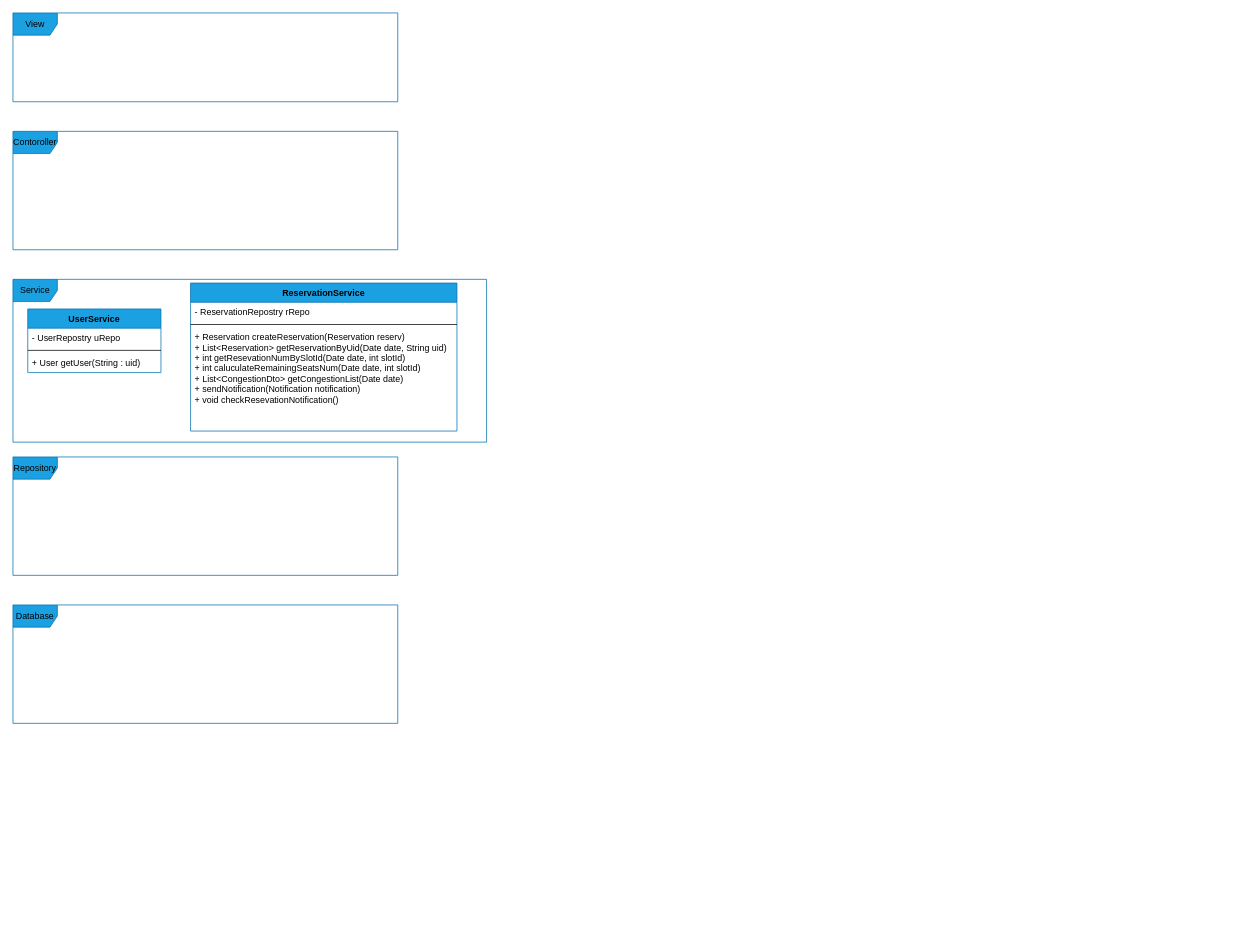
Above: CaptainLunch/design/drawio/class_ing.drawio in 10matcho27/Avengers (draw.io), before the change. Source tidied: cells renumbered, new cells numbered last; positions are measured from the earlier drawing's top-left corner, leaving out a move shared by most shapes. Both pictures are drawn from the tidied source at 74%, with x=0, y=0 at pixel (13, 13).
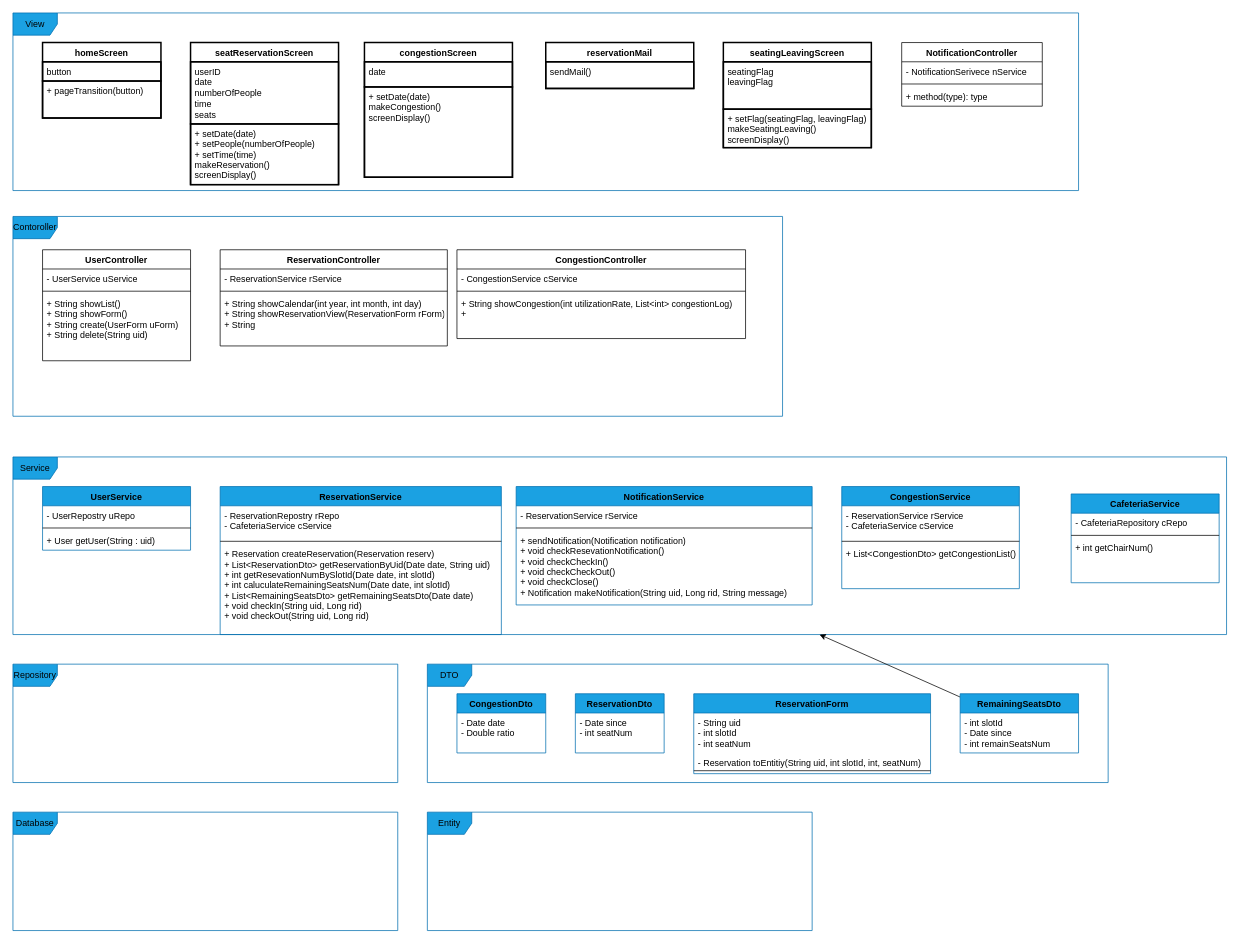
The same page after the edit.

Commit message:
サービス層が完成

What changed in the source:
```diff
@@
     <mxCell id="2" value="View" style="shape=umlFrame;whiteSpace=wrap;html=1;fontColor=#000000;strokeColor=#006EAF;fillColor=#1ba1e2;" parent="1" vertex="1">
-      <mxGeometry width="520" height="120" as="geometry" />
+      <mxGeometry width="1440" height="240" as="geometry" />
     </mxCell>
-    <mxCell id="3" value="Contoroller" style="shape=umlFrame;whiteSpace=wrap;html=1;fontColor=#000000;strokeColor=#006EAF;fillColor=#1ba1e2;" parent="1" vertex="1">
-      <mxGeometry y="160" width="520" height="160" as="geometry" />
-    </mxCell>
     <mxCell id="4" value="Service" style="shape=umlFrame;whiteSpace=wrap;html=1;fontColor=#000000;strokeColor=#006EAF;fillColor=#1ba1e2;" parent="1" vertex="1">
-      <mxGeometry y="360" width="640" height="220" as="geometry" />
+      <mxGeometry y="600" width="1640" height="240" as="geometry" />
     </mxCell>
     <mxCell id="5" value="Repository" style="shape=umlFrame;whiteSpace=wrap;html=1;fontColor=#000000;strokeColor=#006EAF;fillColor=#1ba1e2;" parent="1" vertex="1">
-      <mxGeometry y="600" width="520" height="160" as="geometry" />
+      <mxGeometry y="880" width="520" height="160" as="geometry" />
     </mxCell>
     <mxCell id="6" value="Database" style="shape=umlFrame;whiteSpace=wrap;html=1;fontColor=#000000;strokeColor=#006EAF;fillColor=#1ba1e2;" parent="1" vertex="1">
-      <mxGeometry y="800" width="520" height="160" as="geometry" />
+      <mxGeometry y="1080" width="520" height="160" as="geometry" />
     </mxCell>
+    <mxCell id="11" value="ReservationService" style="swimlane;fontStyle=1;align=center;verticalAlign=top;horizontal=1;startSize=26;fontColor=#000000;fillColor=#1ba1e2;strokeColor=#006EAF;" parent="1" vertex="1">
+      <mxGeometry x="280" y="640" width="380" height="200" as="geometry" />
+    </mxCell>
+    <mxCell id="12" value="- ReservationRepostry rRepo&#10;- CafeteriaService cService" style="text;strokeColor=none;fillColor=none;align=left;verticalAlign=top;spacingLeft=4;spacingRight=4;overflow=hidden;fontColor=#000000;" parent="11" vertex="1">
+      <mxGeometry y="26" width="380" height="44" as="geometry" />
+    </mxCell>
+    <mxCell id="13" style="line;strokeWidth=1;fillColor=none;align=left;verticalAlign=middle;spacingTop=-1;spacingLeft=3;spacingRight=3;labelPosition=right;" parent="11" vertex="1">
+      <mxGeometry y="70" width="380" height="8" as="geometry" />
+    </mxCell>
+    <mxCell id="14" value="+ Reservation createReservation(Reservation reserv)&#10;+ List&lt;ReservationDto&gt; getReservationByUid(Date date, String uid)&#10;+ int getResevationNumBySlotId(Date date, int slotId)&#10;+ int caluculateRemainingSeatsNum(Date date, int slotId)&#10;+ List&lt;RemainingSeatsDto&gt; getRemainingSeatsDto(Date date)&#10;+ void checkIn(String uid, Long rid)&#10;+ void checkOut(String uid, Long rid)" style="text;strokeColor=none;fillColor=none;align=left;verticalAlign=top;spacingLeft=4;spacingRight=4;overflow=hidden;fontColor=#000000;" parent="11" vertex="1">
+      <mxGeometry y="78" width="380" height="122" as="geometry" />
+    </mxCell>
+    <mxCell id="15" value="UserController" style="swimlane;fontStyle=1;align=center;verticalAlign=top;horizontal=1;startSize=26;" parent="1" vertex="1">
+      <mxGeometry x="40" y="320" width="200" height="150" as="geometry" />
+    </mxCell>
+    <mxCell id="16" value="- UserService uService" style="text;strokeColor=none;fillColor=none;align=left;verticalAlign=top;spacingLeft=4;spacingRight=4;overflow=hidden;fontColor=#000000;" parent="15" vertex="1">
+      <mxGeometry y="26" width="200" height="26" as="geometry" />
+    </mxCell>
+    <mxCell id="17" style="line;strokeWidth=1;fillColor=none;align=left;verticalAlign=middle;spacingTop=-1;spacingLeft=3;spacingRight=3;labelPosition=right;" parent="15" vertex="1">
+      <mxGeometry y="52" width="200" height="8" as="geometry" />
+    </mxCell>
+    <mxCell id="18" value="+ String showList()&#10;+ String showForm()&#10;+ String create(UserForm uForm)&#10;+ String delete(String uid)" style="text;strokeColor=none;fillColor=none;align=left;verticalAlign=top;spacingLeft=4;spacingRight=4;overflow=hidden;fontColor=#000000;" parent="15" vertex="1">
+      <mxGeometry y="60" width="200" height="90" as="geometry" />
+    </mxCell>
+    <mxCell id="19" value="ReservationController" style="swimlane;fontStyle=1;align=center;verticalAlign=top;horizontal=1;startSize=26;" parent="1" vertex="1">
+      <mxGeometry x="280" y="320" width="307" height="130" as="geometry" />
+    </mxCell>
+    <mxCell id="20" value="- ReservationService rService" style="text;strokeColor=none;fillColor=none;align=left;verticalAlign=top;spacingLeft=4;spacingRight=4;overflow=hidden;fontColor=#000000;" parent="19" vertex="1">
+      <mxGeometry y="26" width="307" height="26" as="geometry" />
+    </mxCell>
+    <mxCell id="21" style="line;strokeWidth=1;fillColor=none;align=left;verticalAlign=middle;spacingTop=-1;spacingLeft=3;spacingRight=3;labelPosition=right;" parent="19" vertex="1">
+      <mxGeometry y="52" width="307" height="8" as="geometry" />
+    </mxCell>
+    <mxCell id="22" value="+ String showCalendar(int year, int month, int day)&#10;+ String showReservationView(ReservationForm rForm)&#10;+ String   " style="text;strokeColor=none;fillColor=none;align=left;verticalAlign=top;spacingLeft=4;spacingRight=4;overflow=hidden;fontColor=#000000;" parent="19" vertex="1">
+      <mxGeometry y="60" width="307" height="70" as="geometry" />
+    </mxCell>
+    <mxCell id="23" value="CongestionController" style="swimlane;fontStyle=1;align=center;verticalAlign=top;horizontal=1;startSize=26;" parent="1" vertex="1">
+      <mxGeometry x="600" y="320" width="390" height="120" as="geometry" />
+    </mxCell>
+    <mxCell id="24" value="- CongestionService cService" style="text;strokeColor=none;fillColor=none;align=left;verticalAlign=top;spacingLeft=4;spacingRight=4;overflow=hidden;fontColor=#000000;" parent="23" vertex="1">
+      <mxGeometry y="26" width="390" height="26" as="geometry" />
+    </mxCell>
+    <mxCell id="25" style="line;strokeWidth=1;fillColor=none;align=left;verticalAlign=middle;spacingTop=-1;spacingLeft=3;spacingRight=3;labelPosition=right;" parent="23" vertex="1">
+      <mxGeometry y="52" width="390" height="8" as="geometry" />
+    </mxCell>
+    <mxCell id="26" value="+ String showCongestion(int utilizationRate, List&lt;int&gt; congestionLog)&#10;+ " style="text;strokeColor=none;fillColor=none;align=left;verticalAlign=top;spacingLeft=4;spacingRight=4;overflow=hidden;fontColor=#000000;" parent="23" vertex="1">
+      <mxGeometry y="60" width="390" height="60" as="geometry" />
+    </mxCell>
+    <mxCell id="27" value="NotificationController" style="swimlane;fontStyle=1;align=center;verticalAlign=top;horizontal=1;startSize=26;fontColor=#000000;fillColor=#FFFFFF;strokeColor=#000000;" parent="1" vertex="1">
+      <mxGeometry x="1201" y="40" width="190" height="86" as="geometry" />
+    </mxCell>
+    <mxCell id="28" value="- NotificationSerivece nService" style="text;strokeColor=none;fillColor=none;align=left;verticalAlign=top;spacingLeft=4;spacingRight=4;overflow=hidden;fontColor=#000000;" parent="27" vertex="1">
+      <mxGeometry y="26" width="190" height="26" as="geometry" />
+    </mxCell>
+    <mxCell id="29" style="line;strokeWidth=1;fillColor=none;align=left;verticalAlign=middle;spacingTop=-1;spacingLeft=3;spacingRight=3;labelPosition=right;strokeColor=#000000;" parent="27" vertex="1">
+      <mxGeometry y="52" width="190" height="8" as="geometry" />
+    </mxCell>
+    <mxCell id="30" value="+ method(type): type" style="text;strokeColor=none;fillColor=none;align=left;verticalAlign=top;spacingLeft=4;spacingRight=4;overflow=hidden;fontColor=#000000;" parent="27" vertex="1">
+      <mxGeometry y="60" width="190" height="26" as="geometry" />
+    </mxCell>
+    <mxCell id="31" value="homeScreen" style="swimlane;fontStyle=1;align=center;verticalAlign=top;horizontal=1;startSize=26;fontColor=#000000;strokeColor=#000000;fillColor=#FFFFFF;strokeWidth=2;" parent="1" vertex="1">
+      <mxGeometry x="40" y="40" width="160" height="102" as="geometry" />
+    </mxCell>
+    <mxCell id="32" value="button" style="text;strokeColor=#000000;fillColor=none;align=left;verticalAlign=top;spacingLeft=4;spacingRight=4;overflow=hidden;html=1;fontColor=#000000;strokeWidth=2;" parent="31" vertex="1">
+      <mxGeometry y="26" width="160" height="26" as="geometry" />
+    </mxCell>
+    <mxCell id="33" value="+ pageTransition(button)" style="text;strokeColor=#000000;fillColor=none;align=left;verticalAlign=top;spacingLeft=4;spacingRight=4;overflow=hidden;fontColor=#000000;strokeWidth=2;" parent="31" vertex="1">
+      <mxGeometry y="52" width="160" height="50" as="geometry" />
+    </mxCell>
+    <mxCell id="34" value="seatReservationScreen" style="swimlane;fontStyle=1;align=center;verticalAlign=top;horizontal=1;startSize=26;fontColor=#000000;strokeColor=#000000;fillColor=#FFFFFF;strokeWidth=2;" parent="1" vertex="1">
+      <mxGeometry x="240" y="40" width="200" height="192" as="geometry" />
+    </mxCell>
+    <mxCell id="35" value="userID&lt;br&gt;date&lt;br&gt;numberOfPeople&lt;br&gt;time&lt;br&gt;seats" style="text;strokeColor=#000000;fillColor=none;align=left;verticalAlign=top;spacingLeft=4;spacingRight=4;overflow=hidden;html=1;fontColor=#000000;strokeWidth=2;" parent="34" vertex="1">
+      <mxGeometry y="26" width="200" height="84" as="geometry" />
+    </mxCell>
+    <mxCell id="36" value="+ setDate(date)&#10;+ setPeople(numberOfPeople)&#10;+ setTime(time)&#10;makeReservation()&#10;screenDisplay()" style="text;strokeColor=#000000;fillColor=none;align=left;verticalAlign=top;spacingLeft=4;spacingRight=4;overflow=hidden;fontColor=#000000;strokeWidth=2;" parent="34" vertex="1">
+      <mxGeometry y="110" width="200" height="82" as="geometry" />
+    </mxCell>
+    <mxCell id="37" value="congestionScreen" style="swimlane;fontStyle=1;align=center;verticalAlign=top;horizontal=1;startSize=26;fontColor=#000000;strokeColor=#000000;fillColor=#FFFFFF;strokeWidth=2;" parent="1" vertex="1">
+      <mxGeometry x="475" y="40" width="200" height="182" as="geometry" />
+    </mxCell>
+    <mxCell id="38" value="date" style="text;strokeColor=#000000;fillColor=none;align=left;verticalAlign=top;spacingLeft=4;spacingRight=4;overflow=hidden;html=1;fontColor=#000000;strokeWidth=2;" parent="37" vertex="1">
+      <mxGeometry y="26" width="200" height="34" as="geometry" />
+    </mxCell>
+    <mxCell id="39" value="+ setDate(date)&#10;makeCongestion()&#10;screenDisplay()" style="text;strokeColor=#000000;fillColor=none;align=left;verticalAlign=top;spacingLeft=4;spacingRight=4;overflow=hidden;fontColor=#000000;strokeWidth=2;" parent="37" vertex="1">
+      <mxGeometry y="60" width="200" height="122" as="geometry" />
+    </mxCell>
+    <mxCell id="40" value="reservationMail" style="swimlane;fontStyle=1;align=center;verticalAlign=top;horizontal=1;startSize=26;fontColor=#000000;strokeColor=#000000;fillColor=#FFFFFF;strokeWidth=2;" parent="1" vertex="1">
+      <mxGeometry x="720" y="40" width="200" height="62" as="geometry" />
+    </mxCell>
+    <mxCell id="41" value="sendMail()" style="text;strokeColor=#000000;fillColor=none;align=left;verticalAlign=top;spacingLeft=4;spacingRight=4;overflow=hidden;fontColor=#000000;strokeWidth=2;" parent="40" vertex="1">
+      <mxGeometry y="26" width="200" height="36" as="geometry" />
+    </mxCell>
+    <mxCell id="42" value="seatingLeavingScreen" style="swimlane;fontStyle=1;align=center;verticalAlign=top;horizontal=1;startSize=26;fontColor=#000000;strokeColor=#000000;fillColor=#FFFFFF;strokeWidth=2;" parent="1" vertex="1">
+      <mxGeometry x="960" y="40" width="200" height="142" as="geometry" />
+    </mxCell>
+    <mxCell id="43" value="seatingFlag&lt;br&gt;leavingFlag" style="text;strokeColor=#000000;fillColor=none;align=left;verticalAlign=top;spacingLeft=4;spacingRight=4;overflow=hidden;html=1;fontColor=#000000;strokeWidth=2;" parent="42" vertex="1">
+      <mxGeometry y="26" width="200" height="64" as="geometry" />
+    </mxCell>
+    <mxCell id="44" value="+ setFlag(seatingFlag, leavingFlag)&#10;makeSeatingLeaving()&#10;screenDisplay()" style="text;strokeColor=#000000;fillColor=none;align=left;verticalAlign=top;spacingLeft=4;spacingRight=4;overflow=hidden;fontColor=#000000;strokeWidth=2;" parent="42" vertex="1">
+      <mxGeometry y="90" width="200" height="52" as="geometry" />
+    </mxCell>
+    <mxCell id="3" value="Contoroller" style="shape=umlFrame;whiteSpace=wrap;html=1;fontColor=#000000;strokeColor=#006EAF;fillColor=#1ba1e2;" parent="1" vertex="1">
+      <mxGeometry y="275" width="1040" height="270" as="geometry" />
+    </mxCell>
     <mxCell id="7" value="UserService" style="swimlane;fontStyle=1;align=center;verticalAlign=top;horizontal=1;startSize=26;fontColor=#000000;fillColor=#1ba1e2;strokeColor=#006EAF;" parent="1" vertex="1">
-      <mxGeometry x="20" y="400" width="180" height="86" as="geometry" />
+      <mxGeometry x="40" y="640" width="200" height="86" as="geometry" />
     </mxCell>
     <mxCell id="8" value="- UserRepostry uRepo" style="text;strokeColor=none;fillColor=none;align=left;verticalAlign=top;spacingLeft=4;spacingRight=4;overflow=hidden;fontColor=#000000;" parent="7" vertex="1">
-      <mxGeometry y="26" width="180" height="26" as="geometry" />
+      <mxGeometry y="26" width="200" height="26" as="geometry" />
     </mxCell>
     <mxCell id="9" style="line;strokeWidth=1;fillColor=none;align=left;verticalAlign=middle;spacingTop=-1;spacingLeft=3;spacingRight=3;labelPosition=right;" parent="7" vertex="1">
-      <mxGeometry y="52" width="180" height="8" as="geometry" />
+      <mxGeometry y="52" width="200" height="8" as="geometry" />
     </mxCell>
     <mxCell id="10" value="+ User getUser(String : uid)" style="text;strokeColor=none;fillColor=none;align=left;verticalAlign=top;spacingLeft=4;spacingRight=4;overflow=hidden;fontColor=#000000;" parent="7" vertex="1">
-      <mxGeometry y="60" width="180" height="26" as="geometry" />
+      <mxGeometry y="60" width="200" height="26" as="geometry" />
     </mxCell>
-    <mxCell id="11" value="ReservationService" style="swimlane;fontStyle=1;align=center;verticalAlign=top;horizontal=1;startSize=26;fontColor=#000000;fillColor=#1ba1e2;strokeColor=#006EAF;" parent="1" vertex="1">
-      <mxGeometry x="240" y="365" width="360" height="200" as="geometry" />
-    </mxCell>
-    <mxCell id="12" value="- ReservationRepostry rRepo" style="text;strokeColor=none;fillColor=none;align=left;verticalAlign=top;spacingLeft=4;spacingRight=4;overflow=hidden;fontColor=#000000;" parent="11" vertex="1">
-      <mxGeometry y="26" width="360" height="26" as="geometry" />
-    </mxCell>
-    <mxCell id="13" style="line;strokeWidth=1;fillColor=none;align=left;verticalAlign=middle;spacingTop=-1;spacingLeft=3;spacingRight=3;labelPosition=right;" parent="11" vertex="1">
-      <mxGeometry y="52" width="360" height="8" as="geometry" />
-    </mxCell>
-    <mxCell id="14" value="+ Reservation createReservation(Reservation reserv)&#10;+ List&lt;Reservation&gt; getReservationByUid(Date date, String uid)&#10;+ int getResevationNumBySlotId(Date date, int slotId)&#10;+ int caluculateRemainingSeatsNum(Date date, int slotId)&#10;+ List&lt;CongestionDto&gt; getCongestionList(Date date)&#10;+ sendNotification(Notification notification)&#10;+ void checkResevationNotification()" style="text;strokeColor=none;fillColor=none;align=left;verticalAlign=top;spacingLeft=4;spacingRight=4;overflow=hidden;fontColor=#000000;" parent="11" vertex="1">
-      <mxGeometry y="60" width="360" height="140" as="geometry" />
-    </mxCell>
+    <mxCell id="45" value="NotificationService" style="swimlane;fontStyle=1;align=center;verticalAlign=top;horizontal=1;startSize=26;fontColor=#000000;fillColor=#1ba1e2;strokeColor=#006EAF;" parent="1" vertex="1">
+      <mxGeometry x="680" y="640" width="400" height="160" as="geometry" />
+    </mxCell>
+    <mxCell id="46" value="- ReservationService rService" style="text;strokeColor=none;fillColor=none;align=left;verticalAlign=top;spacingLeft=4;spacingRight=4;overflow=hidden;fontColor=#000000;" parent="45" vertex="1">
+      <mxGeometry y="26" width="400" height="26" as="geometry" />
+    </mxCell>
+    <mxCell id="47" style="line;strokeWidth=1;fillColor=none;align=left;verticalAlign=middle;spacingTop=-1;spacingLeft=3;spacingRight=3;labelPosition=right;" parent="45" vertex="1">
+      <mxGeometry y="52" width="400" height="8" as="geometry" />
+    </mxCell>
+    <mxCell id="48" value="+ sendNotification(Notification notification)&#10;+ void checkResevationNotification()&#10;+ void checkCheckIn()&#10;+ void checkCheckOut()&#10;+ void checkClose()&#10;+ Notification makeNotification(String uid, Long rid, String message)" style="text;strokeColor=none;fillColor=none;align=left;verticalAlign=top;spacingLeft=4;spacingRight=4;overflow=hidden;fontColor=#000000;" parent="45" vertex="1">
+      <mxGeometry y="60" width="400" height="100" as="geometry" />
+    </mxCell>
+    <mxCell id="49" value="CongestionService" style="swimlane;fontStyle=1;align=center;verticalAlign=top;horizontal=1;startSize=26;fontColor=#000000;fillColor=#1ba1e2;strokeColor=#006EAF;" parent="1" vertex="1">
+      <mxGeometry x="1120" y="640" width="240" height="138" as="geometry" />
+    </mxCell>
+    <mxCell id="50" value="- ReservationService rService&#10;- CafeteriaService cService&#10;" style="text;strokeColor=none;fillColor=none;align=left;verticalAlign=top;spacingLeft=4;spacingRight=4;overflow=hidden;fontColor=#000000;" parent="49" vertex="1">
+      <mxGeometry y="26" width="240" height="44" as="geometry" />
+    </mxCell>
+    <mxCell id="51" style="line;strokeWidth=1;fillColor=none;align=left;verticalAlign=middle;spacingTop=-1;spacingLeft=3;spacingRight=3;labelPosition=right;" parent="49" vertex="1">
+      <mxGeometry y="70" width="240" height="8" as="geometry" />
+    </mxCell>
+    <mxCell id="52" value="+ List&lt;CongestionDto&gt; getCongestionList()" style="text;strokeColor=none;fillColor=none;align=left;verticalAlign=top;spacingLeft=4;spacingRight=4;overflow=hidden;fontColor=#000000;" parent="49" vertex="1">
+      <mxGeometry y="78" width="240" height="60" as="geometry" />
+    </mxCell>
+    <mxCell id="53" value="CafeteriaService" style="swimlane;fontStyle=1;align=center;verticalAlign=top;horizontal=1;startSize=26;fontColor=#000000;fillColor=#1ba1e2;strokeColor=#006EAF;" parent="1" vertex="1">
+      <mxGeometry x="1430" y="650" width="200" height="120" as="geometry" />
+    </mxCell>
+    <mxCell id="54" value="- CafeteriaRepository cRepo" style="text;strokeColor=none;fillColor=none;align=left;verticalAlign=top;spacingLeft=4;spacingRight=4;overflow=hidden;fontColor=#000000;" parent="53" vertex="1">
+      <mxGeometry y="26" width="200" height="26" as="geometry" />
+    </mxCell>
+    <mxCell id="55" style="line;strokeWidth=1;fillColor=none;align=left;verticalAlign=middle;spacingTop=-1;spacingLeft=3;spacingRight=3;labelPosition=right;" parent="53" vertex="1">
+      <mxGeometry y="52" width="200" height="8" as="geometry" />
+    </mxCell>
+    <mxCell id="56" value="+ int getChairNum()" style="text;strokeColor=none;fillColor=none;align=left;verticalAlign=top;spacingLeft=4;spacingRight=4;overflow=hidden;fontColor=#000000;" parent="53" vertex="1">
+      <mxGeometry y="60" width="200" height="60" as="geometry" />
+    </mxCell>
+    <mxCell id="57" value="DTO" style="shape=umlFrame;whiteSpace=wrap;html=1;fontColor=#000000;strokeColor=#006EAF;fillColor=#1ba1e2;" parent="1" vertex="1">
+      <mxGeometry x="560" y="880" width="920" height="160" as="geometry" />
+    </mxCell>
+    <mxCell id="58" value="CongestionDto" style="swimlane;fontStyle=1;align=center;verticalAlign=top;horizontal=1;startSize=26;fontColor=#000000;fillColor=#1ba1e2;strokeColor=#006EAF;" parent="1" vertex="1">
+      <mxGeometry x="600" y="920" width="120" height="80" as="geometry" />
+    </mxCell>
+    <mxCell id="59" value="- Date date&#10;- Double ratio" style="text;strokeColor=none;fillColor=none;align=left;verticalAlign=top;spacingLeft=4;spacingRight=4;overflow=hidden;fontColor=#000000;" parent="58" vertex="1">
+      <mxGeometry y="26" width="120" height="54" as="geometry" />
+    </mxCell>
+    <mxCell id="60" value="ReservationDto" style="swimlane;fontStyle=1;align=center;verticalAlign=top;horizontal=1;startSize=26;fontColor=#000000;fillColor=#1ba1e2;strokeColor=#006EAF;" parent="1" vertex="1">
+      <mxGeometry x="760" y="920" width="120" height="80" as="geometry" />
+    </mxCell>
+    <mxCell id="61" value="- Date since&#10;- int seatNum" style="text;strokeColor=none;fillColor=none;align=left;verticalAlign=top;spacingLeft=4;spacingRight=4;overflow=hidden;fontColor=#000000;" parent="60" vertex="1">
+      <mxGeometry y="26" width="120" height="54" as="geometry" />
+    </mxCell>
+    <mxCell id="62" style="edgeStyle=none;html=1;fontFamily=Helvetica;fontSize=12;fontColor=#000000;startSize=26;" parent="1" edge="1" source="63" target="4">
+      <mxGeometry relative="1" as="geometry" />
+    </mxCell>
+    <mxCell id="63" value="RemainingSeatsDto" style="swimlane;fontStyle=1;align=center;verticalAlign=top;horizontal=1;startSize=26;fontColor=#000000;fillColor=#1ba1e2;strokeColor=#006EAF;" parent="1" vertex="1">
+      <mxGeometry x="1280" y="920" width="160" height="80" as="geometry" />
+    </mxCell>
+    <mxCell id="64" value="- int slotId&#10;- Date since&#10;- int remainSeatsNum" style="text;strokeColor=none;fillColor=none;align=left;verticalAlign=top;spacingLeft=4;spacingRight=4;overflow=hidden;fontColor=#000000;" parent="63" vertex="1">
+      <mxGeometry y="26" width="160" height="54" as="geometry" />
+    </mxCell>
+    <mxCell id="65" value="ReservationForm" style="swimlane;fontStyle=1;align=center;verticalAlign=top;horizontal=1;startSize=26;fontColor=#000000;fillColor=#1ba1e2;strokeColor=#006EAF;" parent="1" vertex="1">
+      <mxGeometry x="920" y="920" width="320" height="108" as="geometry" />
+    </mxCell>
+    <mxCell id="66" value="- String uid&#10;- int slotId&#10;- int seatNum" style="text;strokeColor=none;fillColor=none;align=left;verticalAlign=top;spacingLeft=4;spacingRight=4;overflow=hidden;fontColor=#000000;" parent="65" vertex="1">
+      <mxGeometry y="26" width="320" height="54" as="geometry" />
+    </mxCell>
+    <mxCell id="67" value="- Reservation toEntitiy(String uid, int slotId, int, seatNum)" style="text;strokeColor=none;fillColor=none;align=left;verticalAlign=top;spacingLeft=4;spacingRight=4;overflow=hidden;fontColor=#000000;" parent="65" vertex="1">
+      <mxGeometry y="80" width="320" height="20" as="geometry" />
+    </mxCell>
+    <mxCell id="68" style="line;strokeWidth=1;fillColor=none;align=left;verticalAlign=middle;spacingTop=-1;spacingLeft=3;spacingRight=3;labelPosition=right;" parent="65" vertex="1">
+      <mxGeometry y="100" width="320" height="8" as="geometry" />
+    </mxCell>
+    <mxCell id="69" value="Entity" style="shape=umlFrame;whiteSpace=wrap;html=1;fontColor=#000000;strokeColor=#006EAF;fillColor=#1ba1e2;" parent="1" vertex="1">
+      <mxGeometry x="560" y="1080" width="520" height="160" as="geometry" />
+    </mxCell>
```
